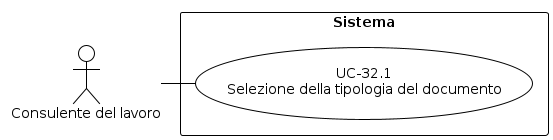
Earlier version of the PlantUML export RTB/Analisi dei Requisiti/diagrammi_use_case/UC-32.1.png (aLittleByte-19/Documentazione). Its diagram source:
```plantuml
@startuml
!theme plain
skinparam usecase {
  BackgroundColor white
  BorderColor black
}
skinparam actor {
  BackgroundColor white
  BorderColor black
}
skinparam rectangle {
  BackgroundColor white
  BorderColor black
}
top to bottom direction
actor "Consulente del lavoro" as C
rectangle "Sistema" {
  usecase "UC-32.1\nSelezione della tipologia del documento" as UC321
  C - UC321
}
@enduml
```
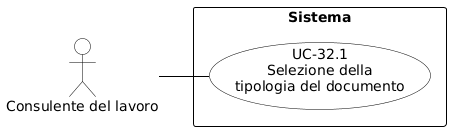
Later version of the same file.

Diff of the diagram source:
```diff
@@ -1,21 +1,29 @@
 @startuml
-!theme plain
+skinparam shadowing false
+skinparam defaultFontName Arial
+left to right direction
+skinparam nodesep 15
+skinparam ranksep 50
+
 skinparam usecase {
-  BackgroundColor white
-  BorderColor black
+    BackgroundColor white
+    BorderColor black
+    ArrowColor black
 }
 skinparam actor {
-  BackgroundColor white
-  BorderColor black
+    BackgroundColor white
+    BorderColor black
 }
 skinparam rectangle {
-  BackgroundColor white
-  BorderColor black
+    BorderColor black
+    FontStyle bold
 }
-top to bottom direction
-actor "Consulente del lavoro" as C
+
+actor "Consulente del lavoro" as CL
+
 rectangle "Sistema" {
-  usecase "UC-32.1\nSelezione della tipologia del documento" as UC321
-  C - UC321
+    usecase "UC-32.1\nSelezione della\ntipologia del documento" as UC32_1
 }
+
+CL -- UC32_1
 @enduml
```
